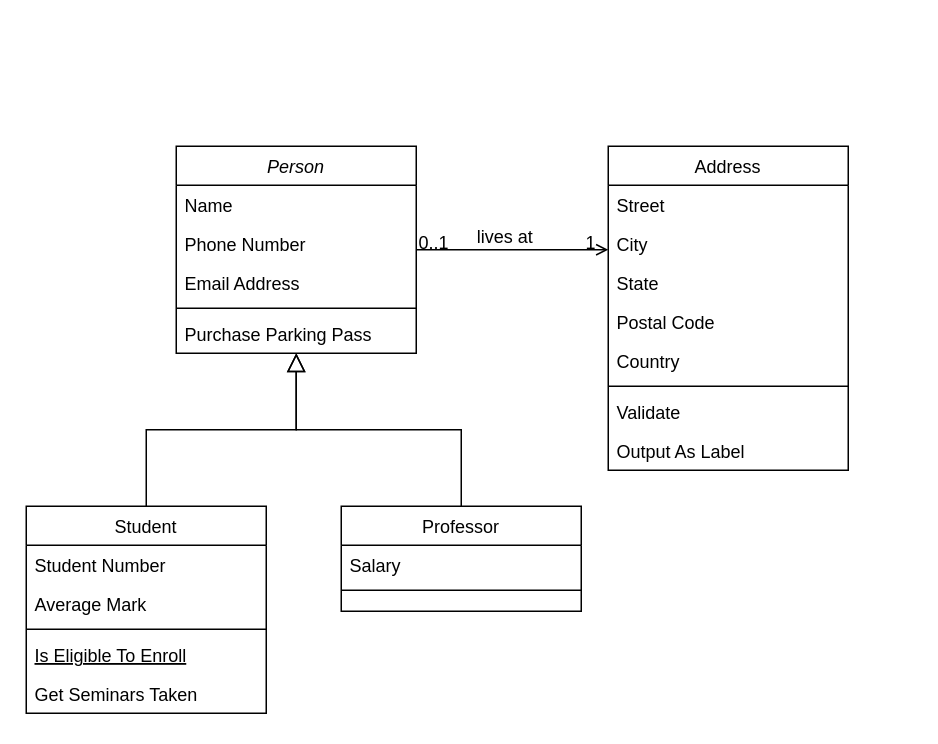
Before: Update MS2_ClassDiagram_Group14_WelfareAssociation_Version1.drawio.drawio in Taif6612/Personal_Projects, a draw.io diagram. Source tidied: cells renumbered, new cells numbered last; positions are measured from the earlier drawing's top-left corner, leaving out a move shared by most shapes. Both pictures are drawn from the tidied source at 150%, with x=0, y=0 at pixel (26, 146).
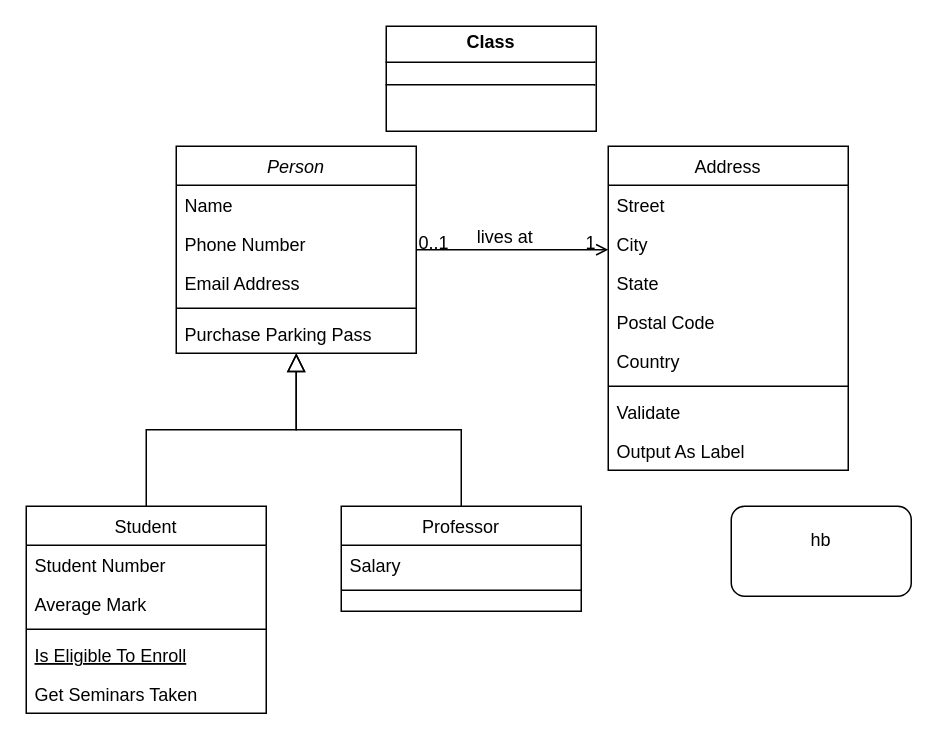
The same page after the edit.

What changed in the source:
```diff
@@
+    <mxCell id="32" value="&lt;p style=&quot;margin:0px;margin-top:4px;text-align:center;&quot;&gt;&lt;b&gt;Class&lt;/b&gt;&lt;/p&gt;&lt;hr size=&quot;1&quot; style=&quot;border-style:solid;&quot;/&gt;&lt;div style=&quot;height:2px;&quot;&gt;&lt;/div&gt;&lt;hr size=&quot;1&quot; style=&quot;border-style:solid;&quot;/&gt;&lt;div style=&quot;height:2px;&quot;&gt;&lt;/div&gt;" style="verticalAlign=top;align=left;overflow=fill;html=1;whiteSpace=wrap;" parent="1" vertex="1">
+      <mxGeometry x="240" y="-80" width="140" height="70" as="geometry" />
+    </mxCell>
+    <mxCell id="33" value="hb&lt;div&gt;&lt;br&gt;&lt;/div&gt;" style="rounded=1;whiteSpace=wrap;html=1;" parent="1" vertex="1">
+      <mxGeometry x="470" y="240" width="120" height="60" as="geometry" />
+    </mxCell>
```
